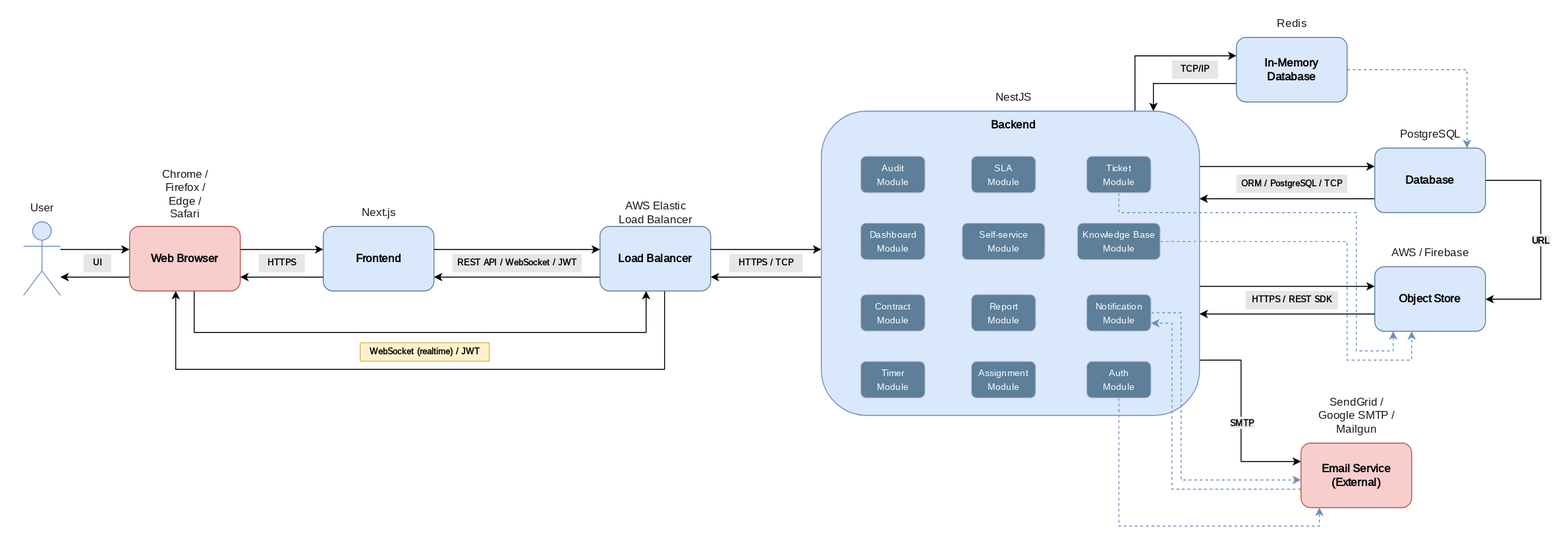
Earlier version of the draw.io export planning/system-architecture/images/system-architecture.drawio.svg (brisahelpdesk/brisahelpdesk.github.io). Source tidied: cells renumbered, new cells last; positions are measured from the earlier drawing's top-left corner, leaving out a move shared by most shapes.
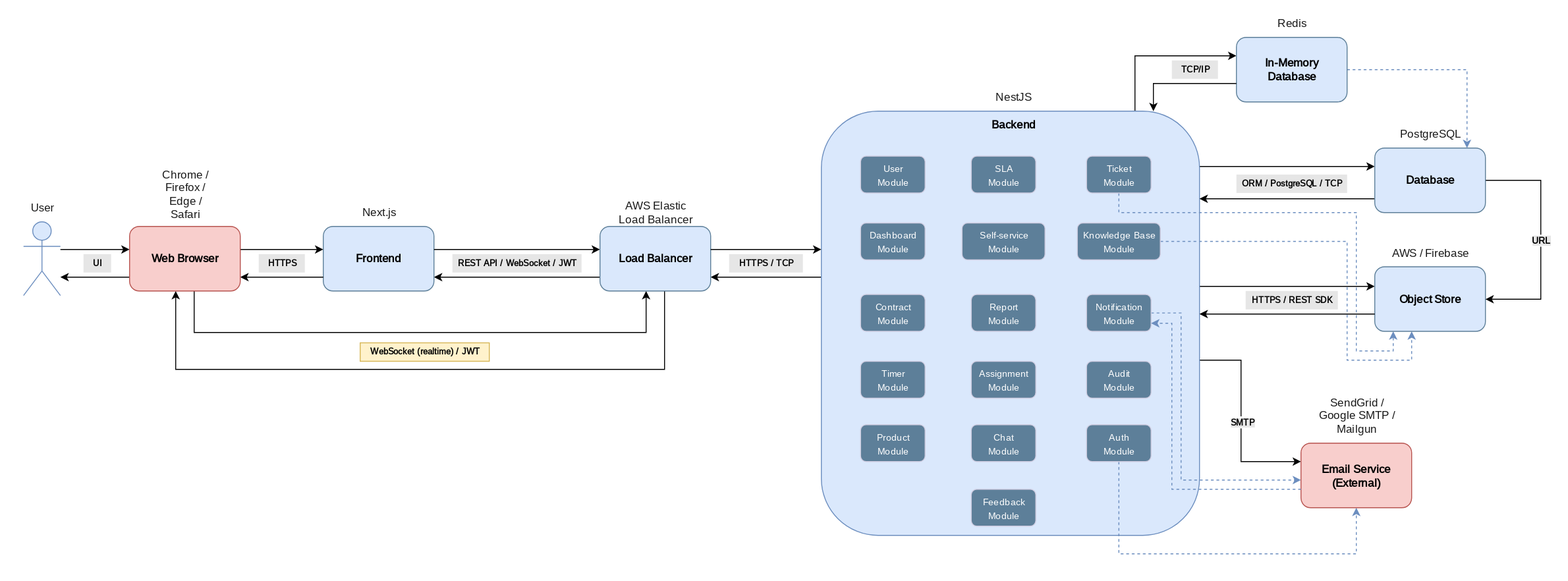
After the commit.

Commit message:
Deployed 3dc309b with MkDocs version: 1.6.1

What changed in the source:
```diff
@@ -3,7 +3,7 @@
     <mxCell id="0" />
     <mxCell id="1" parent="0" />
     <mxCell id="2" style="rounded=0;whiteSpace=wrap;html=1;strokeColor=none;" parent="1" vertex="1">
-      <mxGeometry width="1700" height="590" as="geometry" />
+      <mxGeometry width="1700" height="630" as="geometry" />
     </mxCell>
     <mxCell id="3" style="edgeStyle=orthogonalEdgeStyle;rounded=0;jettySize=auto;html=1;dashed=1;strokeColor=#6C8EBF;" parent="1" edge="1" source="64" target="69">
       <mxGeometry relative="1" as="geometry">
@@ -74,7 +74,7 @@
       </mxGeometry>
     </mxCell>
     <mxCell id="13" style="rounded=1;whiteSpace=wrap;html=1;strokeColor=#6c8ebf;fillColor=#dae8fc;" parent="1" vertex="1">
-      <mxGeometry x="890" y="120" width="410" height="330" as="geometry" />
+      <mxGeometry x="890" y="120" width="410" height="460" as="geometry" />
     </mxCell>
     <mxCell id="14" value="&lt;b style=&quot;color: rgb(0, 0, 0); font-family: Roboto; text-wrap-mode: wrap;&quot;&gt;Backend&lt;/b&gt;" style="text;html=1;align=center;verticalAlign=middle;strokeColor=none;fillColor=none;fontColor=#1A1A1A;" parent="1" vertex="1">
       <mxGeometry x="1062.5" y="120" width="70" height="30" as="geometry" />
@@ -82,13 +82,13 @@
     <mxCell id="15" style="edgeStyle=orthogonalEdgeStyle;rounded=0;jettySize=auto;html=1;dashed=1;fillColor=#dae8fc;strokeColor=#6c8ebf;" parent="1" edge="1" source="16" target="34">
       <mxGeometry relative="1" as="geometry">
         <Array as="points">
-          <mxPoint x="1213" y="570" />
-          <mxPoint x="1430" y="570" />
+          <mxPoint x="1213" y="600" />
+          <mxPoint x="1470" y="600" />
         </Array>
       </mxGeometry>
     </mxCell>
     <mxCell id="16" value="&lt;font style=&quot;font-size: 10px;&quot;&gt;Auth&lt;br&gt;Module&lt;/font&gt;" style="rounded=1;whiteSpace=wrap;html=1;strokeColor=#D0CEE2;fontColor=#FFFFFF;fillColor=#5D7F99;fontFamily=Roboto;fontSource=https%3A%2F%2Ffonts.googleapis.com%2Fcss%3Ffamily%3DRoboto;" parent="1" vertex="1">
-      <mxGeometry x="1177.5" y="391.2" width="70" height="40" as="geometry" />
+      <mxGeometry x="1177.5" y="460" width="70" height="40" as="geometry" />
     </mxCell>
     <mxCell id="17" value="&lt;span style=&quot;font-size: 10px;&quot;&gt;Assignment&lt;br&gt;Module&lt;/span&gt;" style="rounded=1;whiteSpace=wrap;html=1;strokeColor=#D0CEE2;fontColor=#FFFFFF;fillColor=#5D7F99;fontFamily=Roboto;fontSource=https%3A%2F%2Ffonts.googleapis.com%2Fcss%3Ffamily%3DRoboto;" parent="1" vertex="1">
       <mxGeometry x="1052.5" y="391.2" width="70" height="40" as="geometry" />
@@ -130,7 +130,7 @@
     <mxCell id="25" value="&lt;span style=&quot;font-size: 10px;&quot;&gt;Timer&lt;br&gt;Module&lt;/span&gt;" style="rounded=1;whiteSpace=wrap;html=1;strokeColor=#D0CEE2;fontColor=#FFFFFF;fillColor=#5D7F99;fontFamily=Roboto;fontSource=https%3A%2F%2Ffonts.googleapis.com%2Fcss%3Ffamily%3DRoboto;" parent="1" vertex="1">
       <mxGeometry x="932.5" y="391.2" width="70" height="40" as="geometry" />
     </mxCell>
-    <mxCell id="26" value="&lt;span style=&quot;font-size: 10px;&quot;&gt;Audit&lt;br&gt;Module&lt;/span&gt;" style="rounded=1;whiteSpace=wrap;html=1;strokeColor=#D0CEE2;fontColor=#FFFFFF;fillColor=#5D7F99;fontFamily=Roboto;fontSource=https%3A%2F%2Ffonts.googleapis.com%2Fcss%3Ffamily%3DRoboto;" parent="1" vertex="1">
+    <mxCell id="26" value="&lt;span style=&quot;font-size: 10px;&quot;&gt;User&lt;br&gt;Module&lt;/span&gt;" style="rounded=1;whiteSpace=wrap;html=1;strokeColor=#D0CEE2;fontColor=#FFFFFF;fillColor=#5D7F99;fontFamily=Roboto;fontSource=https%3A%2F%2Ffonts.googleapis.com%2Fcss%3Ffamily%3DRoboto;" parent="1" vertex="1">
       <mxGeometry x="932.5" y="168.8" width="70" height="40" as="geometry" />
     </mxCell>
     <mxCell id="27" style="edgeStyle=orthogonalEdgeStyle;rounded=0;jettySize=auto;html=1;dashed=1;fillColor=#dae8fc;strokeColor=#6c8ebf;" parent="1" edge="1" source="28" target="34">
@@ -345,5 +345,17 @@
     <mxCell id="75" value="HTTPS / TCP" style="text;html=1;align=center;verticalAlign=middle;strokeColor=none;fillColor=#E6E6E6;fontSize=9;fontStyle=1;fontFamily=Roboto;fontSource=https%3A%2F%2Ffonts.googleapis.com%2Fcss%3Ffamily%3DRoboto;" parent="1" vertex="1">
       <mxGeometry x="790" y="275" width="80" height="20" as="geometry" />
     </mxCell>
+    <mxCell id="76" value="&lt;span style=&quot;font-size: 10px;&quot;&gt;Product&lt;br&gt;Module&lt;/span&gt;" style="rounded=1;whiteSpace=wrap;html=1;strokeColor=#D0CEE2;fontColor=#FFFFFF;fillColor=#5D7F99;fontFamily=Roboto;fontSource=https%3A%2F%2Ffonts.googleapis.com%2Fcss%3Ffamily%3DRoboto;" parent="1" vertex="1">
+      <mxGeometry x="932.5" y="460" width="70" height="40" as="geometry" />
+    </mxCell>
+    <mxCell id="77" value="&lt;span style=&quot;font-size: 10px;&quot;&gt;Chat&lt;br&gt;Module&lt;/span&gt;" style="rounded=1;whiteSpace=wrap;html=1;strokeColor=#D0CEE2;fontColor=#FFFFFF;fillColor=#5D7F99;fontFamily=Roboto;fontSource=https%3A%2F%2Ffonts.googleapis.com%2Fcss%3Ffamily%3DRoboto;" parent="1" vertex="1">
+      <mxGeometry x="1052.5" y="460" width="70" height="40" as="geometry" />
+    </mxCell>
+    <mxCell id="78" value="&lt;span style=&quot;font-size: 10px;&quot;&gt;Audit&lt;br&gt;Module&lt;/span&gt;" style="rounded=1;whiteSpace=wrap;html=1;strokeColor=#D0CEE2;fontColor=#FFFFFF;fillColor=#5D7F99;fontFamily=Roboto;fontSource=https%3A%2F%2Ffonts.googleapis.com%2Fcss%3Ffamily%3DRoboto;" parent="1" vertex="1">
+      <mxGeometry x="1177.5" y="391.2" width="70" height="40" as="geometry" />
+    </mxCell>
+    <mxCell id="79" value="&lt;span style=&quot;font-size: 10px;&quot;&gt;Feedback&lt;br&gt;Module&lt;/span&gt;" style="rounded=1;whiteSpace=wrap;html=1;strokeColor=#D0CEE2;fontColor=#FFFFFF;fillColor=#5D7F99;fontFamily=Roboto;fontSource=https%3A%2F%2Ffonts.googleapis.com%2Fcss%3Ffamily%3DRoboto;" parent="1" vertex="1">
+      <mxGeometry x="1052.5" y="530" width="70" height="40" as="geometry" />
+    </mxCell>
   </root>
 </mxGraphModel>
```
